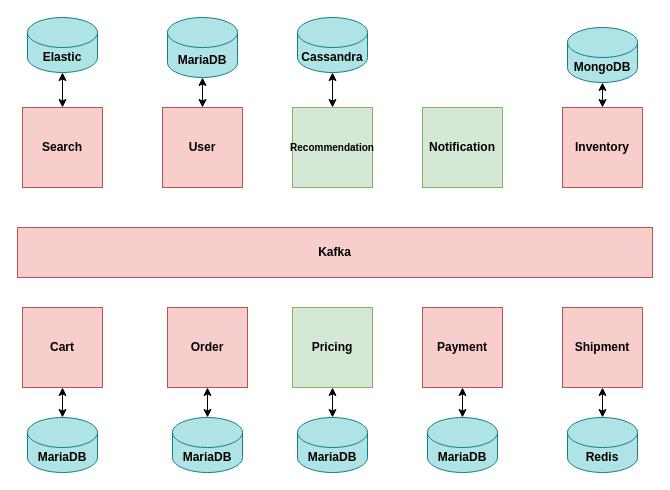
This is ecommerce/doc/design/ecommerce.drawio from salamsoft/systemdesigns, a draw.io file, before an edit. Source tidied: cells renumbered, new cells numbered last; positions are measured from the earlier drawing's top-left corner, leaving out a move shared by most shapes. Both pictures are drawn from the tidied source at 100%, with x=0, y=0 at pixel (17, 17). Pictures stored in the file or linked from it are replaced by grey dashed boxes.
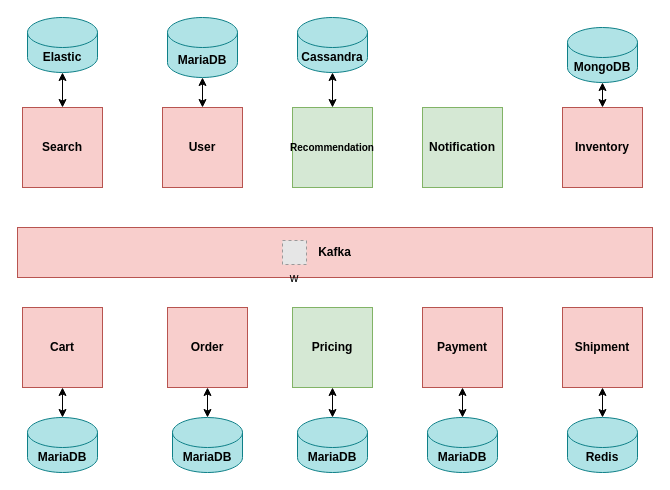
Above is the later version.

The edit, as a diff of the source:
```diff
@@
+    <mxCell id="31" value="w" style="fillColor=#E6E6E6;strokeColor=#999999;dashed=1;verticalLabelPosition=bottom;verticalAlign=top;" parent="1" vertex="1">
+      <mxGeometry x="265" y="223" width="24" height="24" as="geometry" />
+    </mxCell>
```
